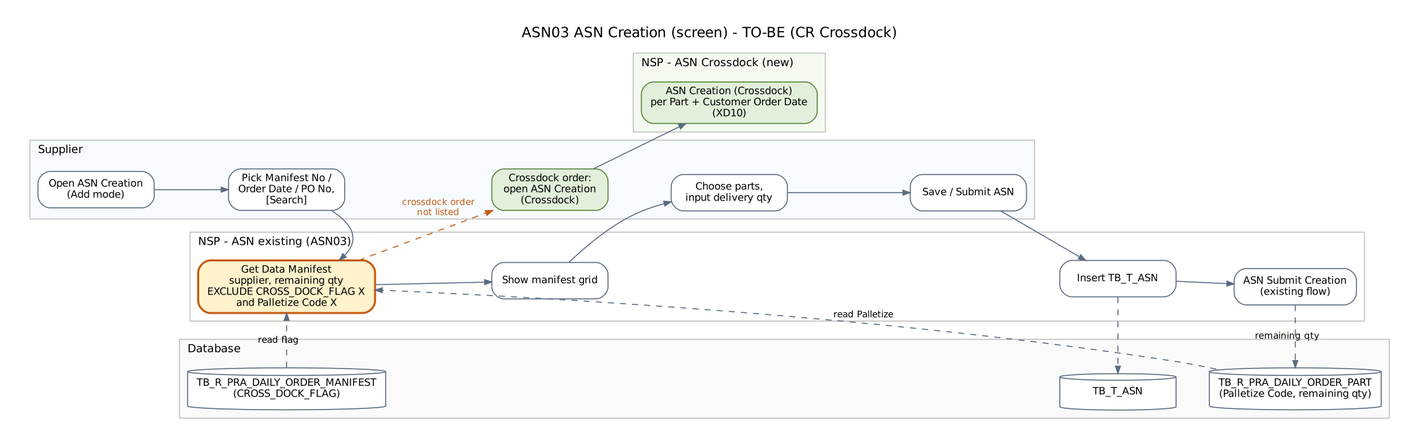
The Graphviz diagram deliverables/asn_existing/flow_img/asn03_to_be.png in ivanrayhannn/crossdockpoc, before a commit. Its source is kept beside it as deliverables/asn_existing/flow_img/asn03_to_be.dot.
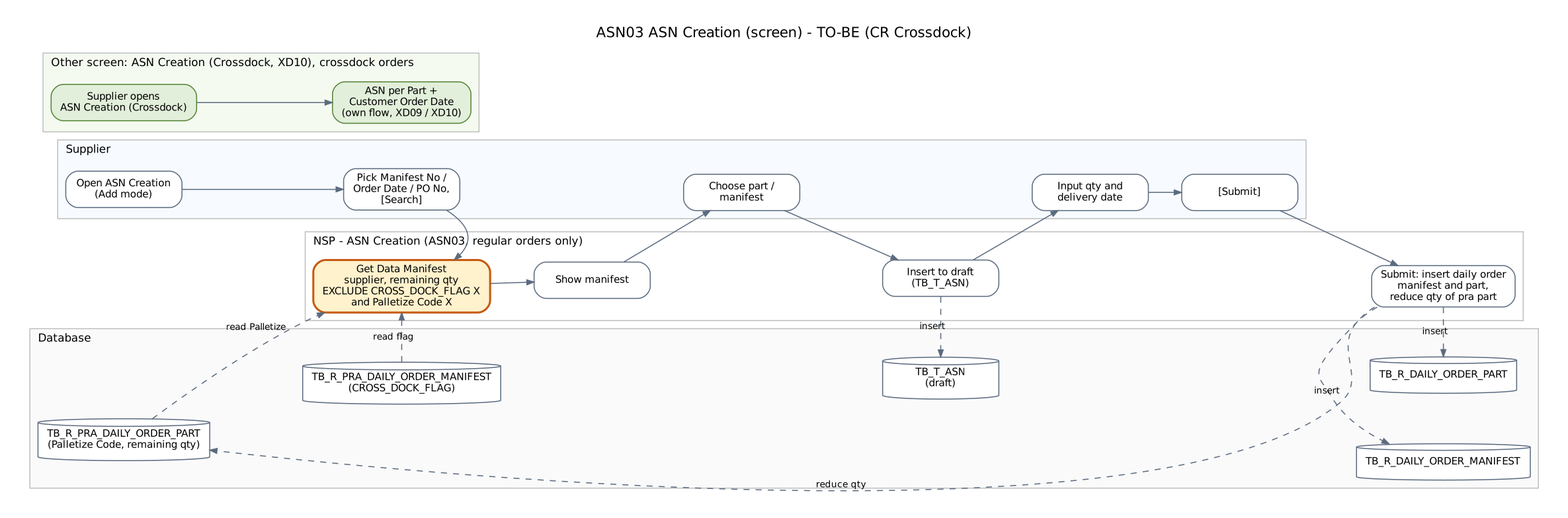
The same file after the commit.

Change to the diagram source:
```diff
@@ -5,29 +5,34 @@
   subgraph cluster_sup { label="Supplier"; style="filled"; fillcolor="#F7FBFF"; color="#BFBFBF"; fontsize=11; labeljust=l;
     s1 [label="Open ASN Creation\n(Add mode)"];
     s2 [label="Pick Manifest No /\nOrder Date / PO No,\n[Search]"];
-    s3 [label="Choose parts,\ninput delivery qty"];
-    s4 [label="Save / Submit ASN"];
-    s5 [label="Crossdock order:\nopen ASN Creation\n(Crossdock)", fillcolor="#E2EFDA" color="#548235"];
+    s3 [label="Choose part /\nmanifest"];
+    s4 [label="Input qty and\ndelivery date"];
+    s5 [label="[Submit]"];
   }
-  subgraph cluster_nsp { label="NSP - ASN existing (ASN03)"; style="filled"; fillcolor="#FFFFFF"; color="#BFBFBF"; fontsize=11; labeljust=l;
+  subgraph cluster_nsp { label="NSP - ASN Creation (ASN03, regular orders only)"; style="filled"; fillcolor="#FFFFFF"; color="#BFBFBF"; fontsize=11; labeljust=l;
     n2 [label="Get Data Manifest\nsupplier, remaining qty\nEXCLUDE CROSS_DOCK_FLAG X\nand Palletize Code X", fillcolor="#FFF2CC" color="#C55A11" penwidth=2];
-    n3 [label="Show manifest grid"];
-    n4 [label="Insert TB_T_ASN"];
-    n5 [label="ASN Submit Creation\n(existing flow)"];
+    n3 [label="Show manifest"];
+    n4 [label="Insert to draft\n(TB_T_ASN)"];
+    n5 [label="Submit: insert daily order\nmanifest and part,\nreduce qty of pra part"];
   }
-  subgraph cluster_xd { label="NSP - ASN Crossdock (new)"; style="filled"; fillcolor="#F4FAF0"; color="#BFBFBF"; fontsize=11; labeljust=l;
-    x1 [label="ASN Creation (Crossdock)\nper Part + Customer Order Date\n(XD10)", fillcolor="#E2EFDA" color="#548235"];
+  subgraph cluster_xd { label="Other screen: ASN Creation (Crossdock, XD10), crossdock orders"; style="filled"; fillcolor="#F4FAF0"; color="#BFBFBF"; fontsize=11; labeljust=l;
+    x0 [label="Supplier opens\nASN Creation (Crossdock)", fillcolor="#E2EFDA" color="#548235"];
+    x1 [label="ASN per Part +\nCustomer Order Date\n(own flow, XD09 / XD10)", fillcolor="#E2EFDA" color="#548235"];
   }
   subgraph cluster_db { label="Database"; style="filled"; fillcolor="#FAFAFA"; color="#BFBFBF"; fontsize=11; labeljust=l;
     db_pm [shape=cylinder, label="TB_R_PRA_DAILY_ORDER_MANIFEST\n(CROSS_DOCK_FLAG)"];
     db_pp [shape=cylinder, label="TB_R_PRA_DAILY_ORDER_PART\n(Palletize Code, remaining qty)"];
-    db_asn [shape=cylinder, label="TB_T_ASN"];
+    db_asn [shape=cylinder, label="TB_T_ASN\n(draft)"];
+    db_dm [shape=cylinder, label="TB_R_DAILY_ORDER_MANIFEST"];
+    db_dp [shape=cylinder, label="TB_R_DAILY_ORDER_PART"];
   }
-  s1 -> s2 -> n2 -> n3 -> s3 -> s4 -> n4 -> n5;
+  s1 -> s2 -> n2 -> n3 -> s3 -> n4 -> s4 -> s5 -> n5;
   db_pm -> n2 [style=dashed, label="read flag", constraint=false]; db_pp -> n2 [style=dashed, label="read Palletize", constraint=false];
-  n4 -> db_asn [style=dashed, constraint=false]; n5 -> db_pp [style=dashed, label="remaining qty", constraint=false];
+  n4 -> db_asn [style=dashed, label="insert", constraint=false];
+  n5 -> db_dm [style=dashed, label="insert", constraint=false]; n5 -> db_dp [style=dashed, label="insert", constraint=false];
+  n5 -> db_pp [style=dashed, label="reduce qty", constraint=false];
   { rank=same; s2; n2; db_pm; } s2 -> n2 [style=invis]; n2 -> db_pm [style=invis];
-  { rank=same; n5; db_pp; } n5 -> db_pp [style=invis];
-  { rank=same; n4; db_asn; }
-  n2 -> s5 [style=dashed, label="crossdock order\nnot listed", color="#C55A11", fontcolor="#C55A11"]; s5 -> x1;
+  { rank=same; n4; db_asn; } n4 -> db_asn [style=invis];
+  { rank=same; n5; db_dm; db_dp; } n5 -> db_dm [style=invis]; db_dm -> db_dp [style=invis];
+  x0 -> x1;
 }
```
